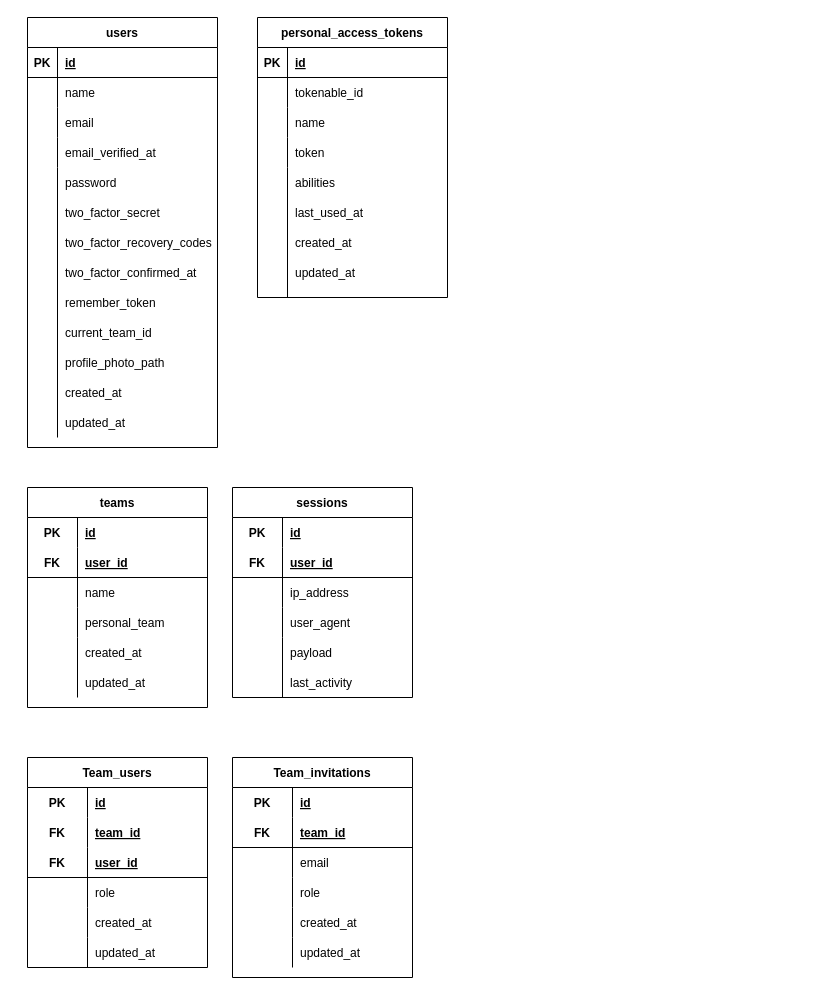
Earlier version of the draw.io diagram BD_MEMLA.drawio (harlock/Diagramas). Source tidied: cells renumbered, new cells numbered last; positions are measured from the earlier drawing's top-left corner, leaving out a move shared by most shapes. Both pictures are drawn from the tidied source at 100%, with x=0, y=0 at pixel (27, 17).
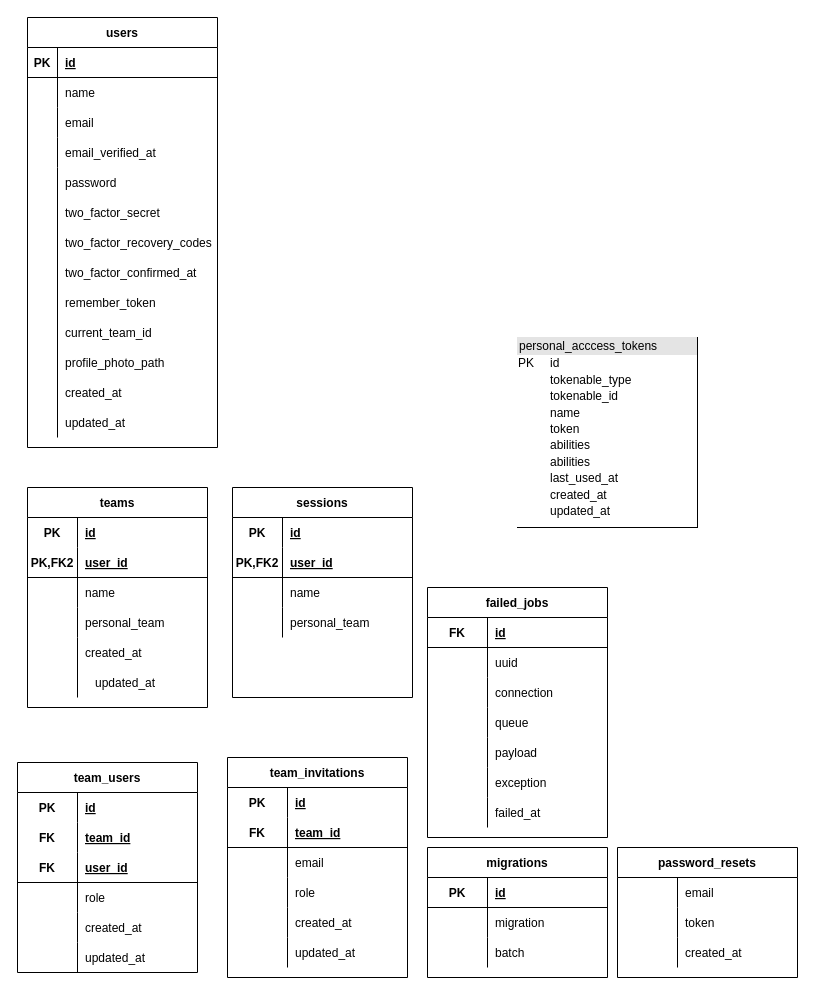
Above is the later version.

Commit message:
Actualizaciones mike

Unchanged cells that the change refers to:
```xml
<mxCell id="29" style="shape=tableRow;horizontal=0;startSize=0;swimlaneHead=0;swimlaneBody=0;fillColor=none;top=0;left=0;right=0;bottom=1;" parent="25" vertex="1">
  <mxGeometry y="60" width="180" height="30" as="geometry" />
</mxCell>
<mxCell id="44" style="shape=tableRow;horizontal=0;startSize=0;swimlaneHead=0;swimlaneBody=0;fillColor=none;top=0;left=0;right=0;bottom=1;" parent="40" vertex="1">
  <mxGeometry y="60" width="180" height="30" as="geometry" />
</mxCell>
<mxCell id="47" style="shape=tableRow;horizontal=0;startSize=0;swimlaneHead=0;swimlaneBody=0;fillColor=none;top=0;left=0;right=0;bottom=0;" parent="40" vertex="1">
  <mxGeometry y="90" width="180" height="30" as="geometry" />
</mxCell>
<mxCell id="50" style="shape=tableRow;horizontal=0;startSize=0;swimlaneHead=0;swimlaneBody=0;fillColor=none;top=0;left=0;right=0;bottom=0;" parent="40" vertex="1">
  <mxGeometry y="120" width="180" height="30" as="geometry" />
</mxCell>
```

Change to the diagram source:
```diff
@@
+    <mxCell id="113" value="&lt;div style=&quot;box-sizing:border-box;width:100%;background:#e4e4e4;padding:2px;&quot;&gt;&lt;span style=&quot;background-color: rgb(228, 228, 228);&quot;&gt;personal_acccess_tokens&lt;/span&gt;&lt;/div&gt;&lt;table style=&quot;width:100%;font-size:1em;&quot; cellspacing=&quot;0&quot;&gt;&lt;tbody&gt;&lt;tr&gt;&lt;td&gt;PK&lt;/td&gt;&lt;td&gt;id&lt;/td&gt;&lt;/tr&gt;&lt;tr&gt;&lt;td&gt;&lt;br&gt;&lt;/td&gt;&lt;td&gt;tokenable_type&lt;/td&gt;&lt;/tr&gt;&lt;tr&gt;&lt;td&gt;&lt;br&gt;&lt;/td&gt;&lt;td&gt;tokenable_id&lt;/td&gt;&lt;/tr&gt;&lt;tr&gt;&lt;td&gt;&lt;br&gt;&lt;/td&gt;&lt;td&gt;name&lt;br&gt;&lt;/td&gt;&lt;/tr&gt;&lt;tr&gt;&lt;td&gt;&lt;br&gt;&lt;/td&gt;&lt;td&gt;token&lt;br&gt;&lt;/td&gt;&lt;/tr&gt;&lt;tr&gt;&lt;td&gt;&lt;br&gt;&lt;/td&gt;&lt;td&gt;abilities&lt;br&gt;&lt;/td&gt;&lt;/tr&gt;&lt;tr&gt;&lt;td&gt;&lt;br&gt;&lt;/td&gt;&lt;td&gt;abilities&lt;br&gt;&lt;/td&gt;&lt;/tr&gt;&lt;tr&gt;&lt;td&gt;&lt;br&gt;&lt;/td&gt;&lt;td&gt;last_used_at&lt;br&gt;&lt;/td&gt;&lt;/tr&gt;&lt;tr&gt;&lt;td&gt;&lt;br&gt;&lt;/td&gt;&lt;td&gt;created_at&lt;br&gt;&lt;/td&gt;&lt;/tr&gt;&lt;tr&gt;&lt;td&gt;&lt;br&gt;&lt;/td&gt;&lt;td&gt;updated_at&lt;br&gt;&lt;/td&gt;&lt;/tr&gt;&lt;/tbody&gt;&lt;/table&gt;" style="verticalAlign=top;align=left;overflow=fill;html=1;labelBackgroundColor=default;fillStyle=auto;" parent="1" vertex="1">
+      <mxGeometry x="490" y="320" width="180" height="190" as="geometry" />
+    </mxCell>
@@
-    <mxCell id="30" value="FK" style="shape=partialRectangle;fillColor=none;top=0;left=0;bottom=0;right=0;fontStyle=1;overflow=hidden;" parent="29" vertex="1">
+    <mxCell id="30" value="PK,FK2" style="shape=partialRectangle;fillColor=none;top=0;left=0;bottom=0;right=0;fontStyle=1;overflow=hidden;" parent="29" vertex="1">
       <mxGeometry width="50" height="30" as="geometry" />
     </mxCell>
@@
     <mxCell id="39" value="updated_at" style="shape=partialRectangle;fillColor=none;top=0;left=0;bottom=0;right=0;align=left;spacingLeft=6;overflow=hidden;" parent="1" vertex="1">
-      <mxGeometry x="50" y="650" width="130" height="30" as="geometry" />
+      <mxGeometry x="60" y="650" width="130" height="30" as="geometry" />
     </mxCell>
@@
-    <mxCell id="45" value="FK" style="shape=partialRectangle;fillColor=none;top=0;left=0;bottom=0;right=0;fontStyle=1;overflow=hidden;" parent="44" vertex="1">
+    <mxCell id="45" value="PK,FK2" style="shape=partialRectangle;fillColor=none;top=0;left=0;bottom=0;right=0;fontStyle=1;overflow=hidden;" parent="44" vertex="1">
       <mxGeometry width="50" height="30" as="geometry" />
     </mxCell>
@@
-    <mxCell id="49" value="ip_address" style="shape=partialRectangle;fillColor=none;top=0;left=0;bottom=0;right=0;align=left;spacingLeft=6;overflow=hidden;" parent="47" vertex="1">
+    <mxCell id="49" value="name" style="shape=partialRectangle;fillColor=none;top=0;left=0;bottom=0;right=0;align=left;spacingLeft=6;overflow=hidden;" parent="47" vertex="1">
       <mxGeometry x="50" width="130" height="30" as="geometry" />
     </mxCell>
@@
-    <mxCell id="52" value="user_agent" style="shape=partialRectangle;fillColor=none;top=0;left=0;bottom=0;right=0;align=left;spacingLeft=6;overflow=hidden;" parent="50" vertex="1">
+    <mxCell id="52" value="personal_team" style="shape=partialRectangle;fillColor=none;top=0;left=0;bottom=0;right=0;align=left;spacingLeft=6;overflow=hidden;" parent="50" vertex="1">
       <mxGeometry x="50" width="130" height="30" as="geometry" />
     </mxCell>
@@
-    <mxCell id="54" value="Team_users" style="shape=table;startSize=30;childLayout=tableLayout;rowLines=0;fontStyle=1;align=center;" parent="1" vertex="1">
-      <mxGeometry y="740" width="180" height="210" as="geometry" />
+    <mxCell id="54" value="team_users" style="shape=table;startSize=30;childLayout=tableLayout;rowLines=0;fontStyle=1;align=center;" parent="1" vertex="1">
+      <mxGeometry x="-10" y="745" width="180" height="210" as="geometry" />
     </mxCell>
@@
-    <mxCell id="73" value="Team_invitations" style="shape=table;startSize=30;childLayout=tableLayout;rowLines=0;fontStyle=1;align=center;" parent="1" vertex="1">
-      <mxGeometry x="205" y="740" width="180" height="220" as="geometry" />
+    <mxCell id="73" value="team_invitations" style="shape=table;startSize=30;childLayout=tableLayout;rowLines=0;fontStyle=1;align=center;" parent="1" vertex="1">
+      <mxGeometry x="200" y="740" width="180" height="220" as="geometry" />
     </mxCell>
@@
-    <mxCell id="92" style="line;strokeWidth=1;dashed=0;labelPosition=right;align=left;verticalAlign=middle;spacingTop=0;spacingLeft=6;direction=south;" parent="1" vertex="1">
-      <mxGeometry x="240" y="620" width="30" height="60" as="geometry" />
-    </mxCell>
+    <mxCell id="114" value="migrations" style="shape=table;startSize=30;childLayout=tableLayout;rowLines=0;fontStyle=1;align=center;" parent="1" vertex="1">
+      <mxGeometry x="400" y="830" width="180" height="130" as="geometry" />
+    </mxCell>
+    <mxCell id="115" style="shape=tableRow;horizontal=0;startSize=0;swimlaneHead=0;swimlaneBody=0;fillColor=none;top=0;left=0;right=0;bottom=1;" parent="114" vertex="1">
+      <mxGeometry y="30" width="180" height="30" as="geometry" />
+    </mxCell>
+    <mxCell id="97" value="PK" style="shape=partialRectangle;fillColor=none;top=0;left=0;bottom=0;right=0;fontStyle=1;overflow=hidden;" parent="115" vertex="1">
+      <mxGeometry width="60" height="30" as="geometry" />
+    </mxCell>
+    <mxCell id="116" value="id" style="shape=partialRectangle;fillColor=none;top=0;left=0;bottom=0;right=0;align=left;spacingLeft=6;fontStyle=5;overflow=hidden;" parent="115" vertex="1">
+      <mxGeometry x="60" width="120" height="30" as="geometry" />
+    </mxCell>
+    <mxCell id="117" style="shape=tableRow;horizontal=0;startSize=0;swimlaneHead=0;swimlaneBody=0;fillColor=none;top=0;left=0;right=0;bottom=0;" parent="114" vertex="1">
+      <mxGeometry y="60" width="180" height="30" as="geometry" />
+    </mxCell>
+    <mxCell id="118" style="shape=partialRectangle;fillColor=none;top=0;left=0;bottom=0;right=0;overflow=hidden;" parent="117" vertex="1">
+      <mxGeometry width="60" height="30" as="geometry" />
+    </mxCell>
+    <mxCell id="119" value="migration" style="shape=partialRectangle;fillColor=none;top=0;left=0;bottom=0;right=0;align=left;spacingLeft=6;overflow=hidden;" parent="117" vertex="1">
+      <mxGeometry x="60" width="120" height="30" as="geometry" />
+    </mxCell>
+    <mxCell id="120" style="shape=tableRow;horizontal=0;startSize=0;swimlaneHead=0;swimlaneBody=0;fillColor=none;top=0;left=0;right=0;bottom=0;" parent="114" vertex="1">
+      <mxGeometry y="90" width="180" height="30" as="geometry" />
+    </mxCell>
+    <mxCell id="121" style="shape=partialRectangle;fillColor=none;top=0;left=0;bottom=0;right=0;overflow=hidden;" parent="120" vertex="1">
+      <mxGeometry width="60" height="30" as="geometry" />
+    </mxCell>
+    <mxCell id="122" value="batch" style="shape=partialRectangle;fillColor=none;top=0;left=0;bottom=0;right=0;align=left;spacingLeft=6;overflow=hidden;" parent="120" vertex="1">
+      <mxGeometry x="60" width="120" height="30" as="geometry" />
+    </mxCell>
+    <mxCell id="123" value="password_resets" style="shape=table;startSize=30;childLayout=tableLayout;rowLines=0;fontStyle=1;align=center;" parent="1" vertex="1">
+      <mxGeometry x="590" y="830" width="180" height="130" as="geometry" />
+    </mxCell>
+    <mxCell id="124" style="shape=tableRow;horizontal=0;startSize=0;swimlaneHead=0;swimlaneBody=0;fillColor=none;top=0;left=0;right=0;bottom=0;" parent="123" vertex="1">
+      <mxGeometry y="30" width="180" height="30" as="geometry" />
+    </mxCell>
+    <mxCell id="125" style="shape=partialRectangle;fillColor=none;top=0;left=0;bottom=0;right=0;overflow=hidden;" parent="124" vertex="1">
+      <mxGeometry width="60" height="30" as="geometry" />
+    </mxCell>
+    <mxCell id="126" value="email" style="shape=partialRectangle;fillColor=none;top=0;left=0;bottom=0;right=0;align=left;spacingLeft=6;overflow=hidden;" parent="124" vertex="1">
+      <mxGeometry x="60" width="120" height="30" as="geometry" />
+    </mxCell>
+    <mxCell id="127" style="shape=tableRow;horizontal=0;startSize=0;swimlaneHead=0;swimlaneBody=0;fillColor=none;top=0;left=0;right=0;bottom=0;" parent="123" vertex="1">
+      <mxGeometry y="60" width="180" height="30" as="geometry" />
+    </mxCell>
+    <mxCell id="128" style="shape=partialRectangle;fillColor=none;top=0;left=0;bottom=0;right=0;overflow=hidden;" parent="127" vertex="1">
+      <mxGeometry width="60" height="30" as="geometry" />
+    </mxCell>
+    <mxCell id="107" value="token" style="shape=partialRectangle;fillColor=none;top=0;left=0;bottom=0;right=0;align=left;spacingLeft=6;overflow=hidden;" parent="127" vertex="1">
+      <mxGeometry x="60" width="120" height="30" as="geometry" />
+    </mxCell>
+    <mxCell id="129" style="shape=tableRow;horizontal=0;startSize=0;swimlaneHead=0;swimlaneBody=0;fillColor=none;top=0;left=0;right=0;bottom=0;" parent="123" vertex="1">
+      <mxGeometry y="90" width="180" height="30" as="geometry" />
+    </mxCell>
+    <mxCell id="130" style="shape=partialRectangle;fillColor=none;top=0;left=0;bottom=0;right=0;overflow=hidden;" parent="129" vertex="1">
+      <mxGeometry width="60" height="30" as="geometry" />
+    </mxCell>
+    <mxCell id="111" value="created_at" style="shape=partialRectangle;fillColor=none;top=0;left=0;bottom=0;right=0;align=left;spacingLeft=6;overflow=hidden;" parent="129" vertex="1">
+      <mxGeometry x="60" width="120" height="30" as="geometry" />
+    </mxCell>
+    <mxCell id="131" value="failed_jobs" style="shape=table;startSize=30;childLayout=tableLayout;rowLines=0;fontStyle=1;align=center;" parent="1" vertex="1">
+      <mxGeometry x="400" y="570" width="180" height="250" as="geometry" />
+    </mxCell>
+    <mxCell id="132" style="shape=tableRow;horizontal=0;startSize=0;swimlaneHead=0;swimlaneBody=0;fillColor=none;top=0;left=0;right=0;bottom=1;" parent="131" vertex="1">
+      <mxGeometry y="30" width="180" height="30" as="geometry" />
+    </mxCell>
+    <mxCell id="133" value="FK" style="shape=partialRectangle;fillColor=none;top=0;left=0;bottom=0;right=0;fontStyle=1;overflow=hidden;" parent="132" vertex="1">
+      <mxGeometry width="60" height="30" as="geometry" />
+    </mxCell>
+    <mxCell id="134" value="id" style="shape=partialRectangle;fillColor=none;top=0;left=0;bottom=0;right=0;align=left;spacingLeft=6;fontStyle=5;overflow=hidden;" parent="132" vertex="1">
+      <mxGeometry x="60" width="120" height="30" as="geometry" />
+    </mxCell>
+    <mxCell id="135" style="shape=tableRow;horizontal=0;startSize=0;swimlaneHead=0;swimlaneBody=0;fillColor=none;top=0;left=0;right=0;bottom=0;" parent="131" vertex="1">
+      <mxGeometry y="60" width="180" height="30" as="geometry" />
+    </mxCell>
+    <mxCell id="136" style="shape=partialRectangle;fillColor=none;top=0;left=0;bottom=0;right=0;overflow=hidden;" parent="135" vertex="1">
+      <mxGeometry width="60" height="30" as="geometry" />
+    </mxCell>
+    <mxCell id="137" value="uuid" style="shape=partialRectangle;fillColor=none;top=0;left=0;bottom=0;right=0;align=left;spacingLeft=6;overflow=hidden;" parent="135" vertex="1">
+      <mxGeometry x="60" width="120" height="30" as="geometry" />
+    </mxCell>
+    <mxCell id="138" style="shape=tableRow;horizontal=0;startSize=0;swimlaneHead=0;swimlaneBody=0;fillColor=none;top=0;left=0;right=0;bottom=0;" parent="131" vertex="1">
+      <mxGeometry y="90" width="180" height="30" as="geometry" />
+    </mxCell>
+    <mxCell id="139" style="shape=partialRectangle;fillColor=none;top=0;left=0;bottom=0;right=0;overflow=hidden;" parent="138" vertex="1">
+      <mxGeometry width="60" height="30" as="geometry" />
+    </mxCell>
+    <mxCell id="140" value="connection" style="shape=partialRectangle;fillColor=none;top=0;left=0;bottom=0;right=0;align=left;spacingLeft=6;overflow=hidden;" parent="138" vertex="1">
+      <mxGeometry x="60" width="120" height="30" as="geometry" />
+    </mxCell>
+    <mxCell id="141" style="shape=tableRow;horizontal=0;startSize=0;swimlaneHead=0;swimlaneBody=0;fillColor=none;top=0;left=0;right=0;bottom=0;" parent="131" vertex="1">
+      <mxGeometry y="120" width="180" height="30" as="geometry" />
+    </mxCell>
+    <mxCell id="142" style="shape=partialRectangle;fillColor=none;top=0;left=0;bottom=0;right=0;overflow=hidden;" parent="141" vertex="1">
+      <mxGeometry width="60" height="30" as="geometry" />
+    </mxCell>
+    <mxCell id="143" value="queue" style="shape=partialRectangle;fillColor=none;top=0;left=0;bottom=0;right=0;align=left;spacingLeft=6;overflow=hidden;" parent="141" vertex="1">
+      <mxGeometry x="60" width="120" height="30" as="geometry" />
+    </mxCell>
+    <mxCell id="144" style="shape=tableRow;horizontal=0;startSize=0;swimlaneHead=0;swimlaneBody=0;fillColor=none;top=0;left=0;right=0;bottom=0;" parent="131" vertex="1">
+      <mxGeometry y="150" width="180" height="30" as="geometry" />
+    </mxCell>
+    <mxCell id="145" style="shape=partialRectangle;fillColor=none;top=0;left=0;bottom=0;right=0;overflow=hidden;" parent="144" vertex="1">
+      <mxGeometry width="60" height="30" as="geometry" />
+    </mxCell>
-    <mxCell id="93" value="payload" style="shape=partialRectangle;fillColor=none;top=0;left=0;bottom=0;right=0;align=left;spacingLeft=6;overflow=hidden;" parent="1" vertex="1">
-      <mxGeometry x="255" y="620" width="130" height="30" as="geometry" />
+    <mxCell id="93" value="payload" style="shape=partialRectangle;fillColor=none;top=0;left=0;bottom=0;right=0;align=left;spacingLeft=6;overflow=hidden;" parent="144" vertex="1">
+      <mxGeometry x="60" width="120" height="30" as="geometry" />
     </mxCell>
-    <mxCell id="94" value="last_activity" style="shape=partialRectangle;fillColor=none;top=0;left=0;bottom=0;right=0;align=left;spacingLeft=6;overflow=hidden;" parent="1" vertex="1">
-      <mxGeometry x="255" y="650" width="130" height="30" as="geometry" />
-    </mxCell>
-    <mxCell id="95" value="personal_access_tokens" style="shape=table;startSize=30;childLayout=tableLayout;rowLines=0;fontStyle=1;align=center;" parent="1" vertex="1">
-      <mxGeometry x="230" width="190" height="280" as="geometry" />
-    </mxCell>
-    <mxCell id="96" style="shape=tableRow;horizontal=0;startSize=0;swimlaneHead=0;swimlaneBody=0;fillColor=none;top=0;left=0;right=0;bottom=1;" parent="95" vertex="1">
-      <mxGeometry y="30" width="190" height="30" as="geometry" />
-    </mxCell>
-    <mxCell id="97" value="PK" style="shape=partialRectangle;fillColor=none;top=0;left=0;bottom=0;right=0;fontStyle=1;overflow=hidden;" parent="96" vertex="1">
-      <mxGeometry width="30" height="30" as="geometry" />
-    </mxCell>
-    <mxCell id="98" value="id" style="shape=partialRectangle;fillColor=none;top=0;left=0;bottom=0;right=0;align=left;spacingLeft=6;fontStyle=5;overflow=hidden;" parent="96" vertex="1">
-      <mxGeometry x="30" width="160" height="30" as="geometry" />
-    </mxCell>
-    <mxCell id="99" style="shape=tableRow;horizontal=0;startSize=0;swimlaneHead=0;swimlaneBody=0;fillColor=none;top=0;left=0;right=0;bottom=0;" parent="95" vertex="1">
-      <mxGeometry y="60" width="190" height="30" as="geometry" />
-    </mxCell>
-    <mxCell id="100" style="shape=partialRectangle;fillColor=none;top=0;left=0;bottom=0;right=0;overflow=hidden;" parent="99" vertex="1">
-      <mxGeometry width="30" height="30" as="geometry" />
-    </mxCell>
-    <mxCell id="101" value="tokenable_id" style="shape=partialRectangle;fillColor=none;top=0;left=0;bottom=0;right=0;align=left;spacingLeft=6;overflow=hidden;" parent="99" vertex="1">
-      <mxGeometry x="30" width="160" height="30" as="geometry" />
-    </mxCell>
-    <mxCell id="102" style="shape=tableRow;horizontal=0;startSize=0;swimlaneHead=0;swimlaneBody=0;fillColor=none;top=0;left=0;right=0;bottom=0;" parent="95" vertex="1">
-      <mxGeometry y="90" width="190" height="30" as="geometry" />
-    </mxCell>
-    <mxCell id="103" style="shape=partialRectangle;fillColor=none;top=0;left=0;bottom=0;right=0;overflow=hidden;" parent="102" vertex="1">
-      <mxGeometry width="30" height="30" as="geometry" />
-    </mxCell>
-    <mxCell id="104" value="name" style="shape=partialRectangle;fillColor=none;top=0;left=0;bottom=0;right=0;align=left;spacingLeft=6;overflow=hidden;" parent="102" vertex="1">
-      <mxGeometry x="30" width="160" height="30" as="geometry" />
-    </mxCell>
-    <mxCell id="105" style="shape=tableRow;horizontal=0;startSize=0;swimlaneHead=0;swimlaneBody=0;fillColor=none;top=0;left=0;right=0;bottom=0;" parent="95" vertex="1">
-      <mxGeometry y="120" width="190" height="30" as="geometry" />
-    </mxCell>
-    <mxCell id="106" style="shape=partialRectangle;fillColor=none;top=0;left=0;bottom=0;right=0;overflow=hidden;" parent="105" vertex="1">
-      <mxGeometry width="30" height="30" as="geometry" />
-    </mxCell>
-    <mxCell id="107" value="token" style="shape=partialRectangle;fillColor=none;top=0;left=0;bottom=0;right=0;align=left;spacingLeft=6;overflow=hidden;" parent="105" vertex="1">
-      <mxGeometry x="30" width="160" height="30" as="geometry" />
-    </mxCell>
-    <mxCell id="108" style="line;strokeWidth=1;dashed=0;labelPosition=right;align=left;verticalAlign=middle;spacingTop=0;spacingLeft=6;direction=south;" parent="1" vertex="1">
-      <mxGeometry x="250" y="150" width="20" height="130" as="geometry" />
-    </mxCell>
-    <mxCell id="109" value="abilities" style="shape=partialRectangle;fillColor=none;top=0;left=0;bottom=0;right=0;align=left;spacingLeft=6;overflow=hidden;" parent="1" vertex="1">
-      <mxGeometry x="260" y="150" width="160" height="30" as="geometry" />
-    </mxCell>
-    <mxCell id="110" value="last_used_at" style="shape=partialRectangle;fillColor=none;top=0;left=0;bottom=0;right=0;align=left;spacingLeft=6;overflow=hidden;" parent="1" vertex="1">
-      <mxGeometry x="260" y="180" width="160" height="30" as="geometry" />
-    </mxCell>
-    <mxCell id="111" value="created_at" style="shape=partialRectangle;fillColor=none;top=0;left=0;bottom=0;right=0;align=left;spacingLeft=6;overflow=hidden;" parent="1" vertex="1">
-      <mxGeometry x="260" y="210" width="160" height="30" as="geometry" />
-    </mxCell>
-    <mxCell id="112" value="updated_at" style="shape=partialRectangle;fillColor=none;top=0;left=0;bottom=0;right=0;align=left;spacingLeft=6;overflow=hidden;" parent="1" vertex="1">
-      <mxGeometry x="260" y="240" width="160" height="30" as="geometry" />
-    </mxCell>
+    <mxCell id="146" style="shape=tableRow;horizontal=0;startSize=0;swimlaneHead=0;swimlaneBody=0;fillColor=none;top=0;left=0;right=0;bottom=0;" parent="131" vertex="1">
+      <mxGeometry y="180" width="180" height="30" as="geometry" />
+    </mxCell>
+    <mxCell id="147" style="shape=partialRectangle;fillColor=none;top=0;left=0;bottom=0;right=0;overflow=hidden;" parent="146" vertex="1">
+      <mxGeometry width="60" height="30" as="geometry" />
+    </mxCell>
+    <mxCell id="148" value="exception" style="shape=partialRectangle;fillColor=none;top=0;left=0;bottom=0;right=0;align=left;spacingLeft=6;overflow=hidden;" parent="146" vertex="1">
+      <mxGeometry x="60" width="120" height="30" as="geometry" />
+    </mxCell>
+    <mxCell id="149" style="shape=tableRow;horizontal=0;startSize=0;swimlaneHead=0;swimlaneBody=0;fillColor=none;top=0;left=0;right=0;bottom=0;" parent="131" vertex="1">
+      <mxGeometry y="210" width="180" height="30" as="geometry" />
+    </mxCell>
+    <mxCell id="150" style="shape=partialRectangle;fillColor=none;top=0;left=0;bottom=0;right=0;overflow=hidden;" parent="149" vertex="1">
+      <mxGeometry width="60" height="30" as="geometry" />
+    </mxCell>
+    <mxCell id="151" value="failed_at" style="shape=partialRectangle;fillColor=none;top=0;left=0;bottom=0;right=0;align=left;spacingLeft=6;overflow=hidden;" parent="149" vertex="1">
+      <mxGeometry x="60" width="120" height="30" as="geometry" />
+    </mxCell>
```
